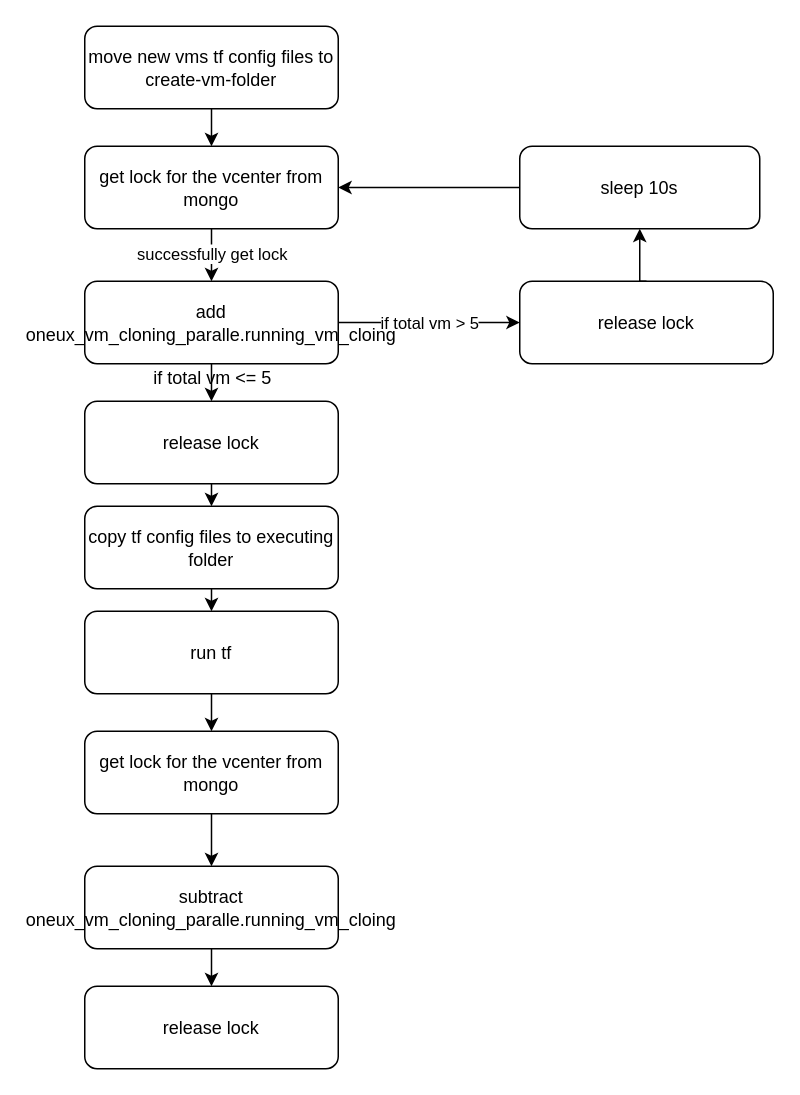
Earlier version of the draw.io diagram xxxx.drawio (weiwei-xie/oneux). Source tidied: cells renumbered, new cells numbered last; positions are measured from the earlier drawing's top-left corner, leaving out a move shared by most shapes. Both pictures are drawn from the tidied source at 150%, with x=0, y=0 at pixel (84, 26).
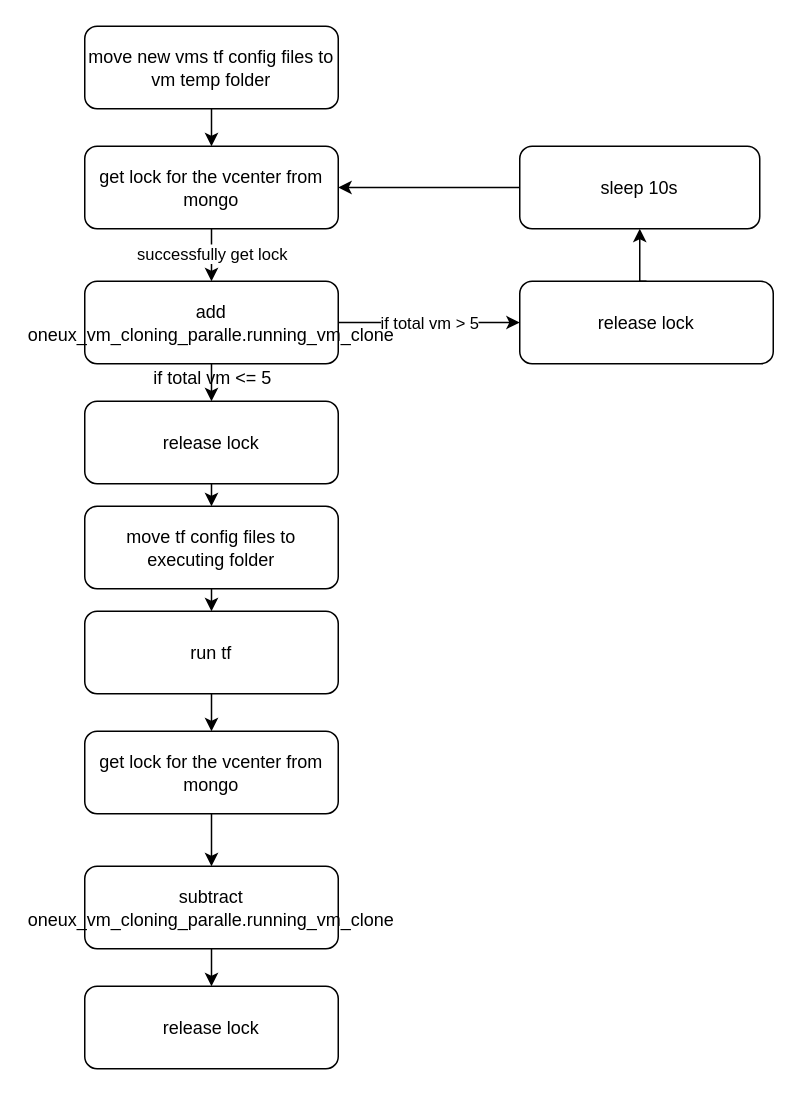
The same page after the edit.

Change to the diagram source:
```diff
@@
-    <mxCell id="6" value="add oneux_vm_cloning_paralle.running_vm_cloing" style="rounded=1;whiteSpace=wrap;html=1;fontSize=12;glass=0;strokeWidth=1;shadow=0;" parent="1" vertex="1">
+    <mxCell id="6" value="add oneux_vm_cloning_paralle.running_vm_clone" style="rounded=1;whiteSpace=wrap;html=1;fontSize=12;glass=0;strokeWidth=1;shadow=0;" parent="1" vertex="1">
       <mxGeometry y="170" width="169" height="55" as="geometry" />
     </mxCell>
@@
-    <mxCell id="8" value="move new vms tf config files to create-vm-folder" style="rounded=1;whiteSpace=wrap;html=1;fontSize=12;glass=0;strokeWidth=1;shadow=0;" parent="1" vertex="1">
+    <mxCell id="8" value="move new vms tf config files to vm temp folder" style="rounded=1;whiteSpace=wrap;html=1;fontSize=12;glass=0;strokeWidth=1;shadow=0;" parent="1" vertex="1">
       <mxGeometry width="169" height="55" as="geometry" />
     </mxCell>
@@
-    <mxCell id="12" value="copy tf config files to executing folder " style="rounded=1;whiteSpace=wrap;html=1;fontSize=12;glass=0;strokeWidth=1;shadow=0;" parent="1" vertex="1">
+    <mxCell id="12" value="move tf config files to executing folder " style="rounded=1;whiteSpace=wrap;html=1;fontSize=12;glass=0;strokeWidth=1;shadow=0;" parent="1" vertex="1">
       <mxGeometry y="320" width="169" height="55" as="geometry" />
     </mxCell>
@@
-    <mxCell id="18" value="subtract oneux_vm_cloning_paralle.running_vm_cloing" style="rounded=1;whiteSpace=wrap;html=1;fontSize=12;glass=0;strokeWidth=1;shadow=0;" parent="1" vertex="1">
+    <mxCell id="18" value="subtract oneux_vm_cloning_paralle.running_vm_clone" style="rounded=1;whiteSpace=wrap;html=1;fontSize=12;glass=0;strokeWidth=1;shadow=0;" parent="1" vertex="1">
       <mxGeometry y="560" width="169" height="55" as="geometry" />
     </mxCell>
```
